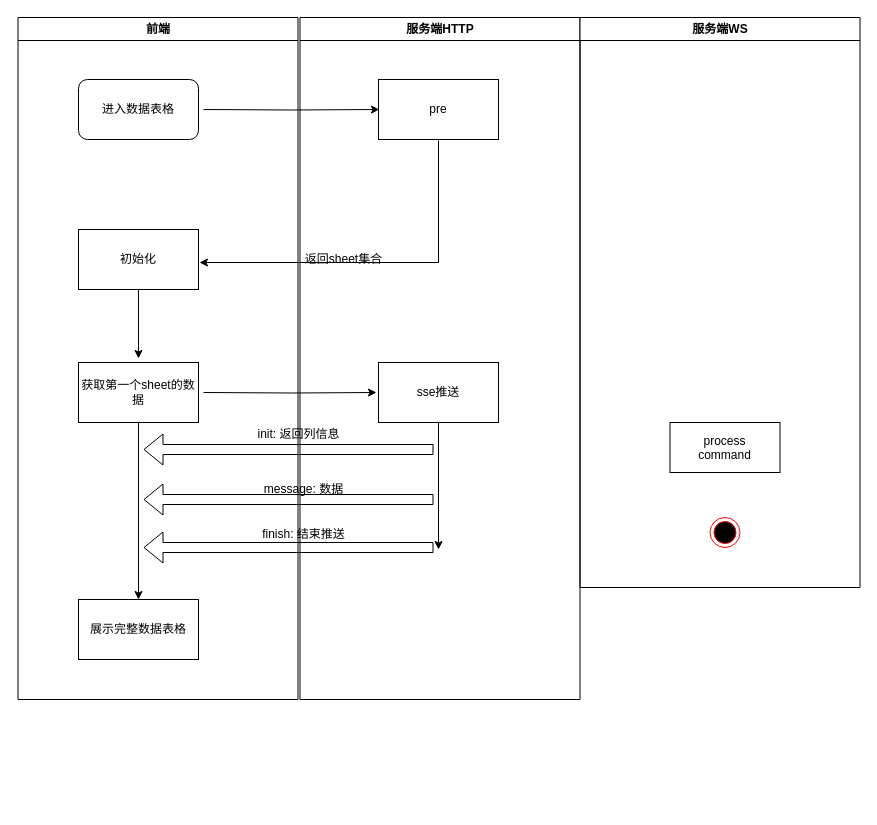
fengyunye/algStudy keeps this draw.io diagram as 未命名绘图.drawio. Above is the earlier version. Source tidied: cells renumbered, new cells numbered last; positions are measured from the earlier drawing's top-left corner, leaving out a move shared by most shapes. Both pictures are drawn from the tidied source at 100%, with x=0, y=0 at pixel (17, 17).
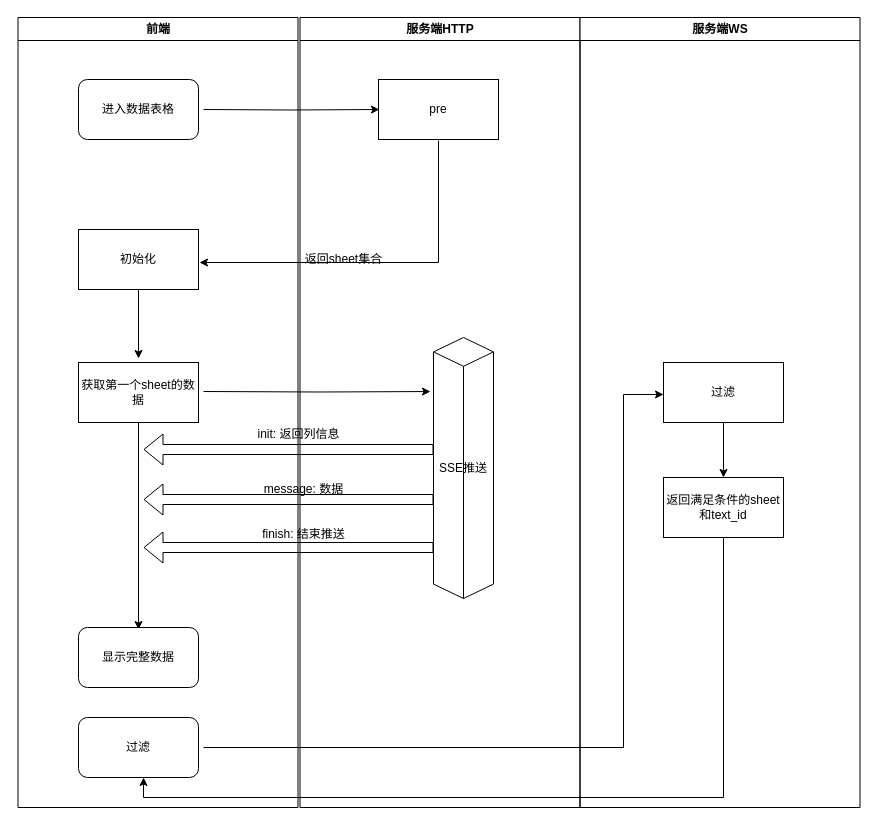
Above is the later version.

Commit message (it also covers changes not shown here):
更新未命名绘图.drawio

The change refers to these unchanged cells:
```xml
<mxCell id="7" value="获取第一个sheet的数据" style="rounded=0;whiteSpace=wrap;html=1;" parent="2" vertex="1">
  <mxGeometry x="60.5" y="345" width="120" height="60" as="geometry" />
</mxCell>
```

The edit, as a diff of the source:
```diff
@@
     <mxCell id="2" value="前端" style="swimlane;whiteSpace=wrap;" parent="1" vertex="1">
-      <mxGeometry x="0.5" width="280" height="682" as="geometry" />
+      <mxGeometry x="0.5" width="280" height="790" as="geometry" />
     </mxCell>
@@
-    <mxCell id="6" style="edgeStyle=orthogonalEdgeStyle;rounded=0;jettySize=auto;html=1;" parent="2" edge="1" source="7" target="8">
-      <mxGeometry relative="1" as="geometry" />
+    <mxCell id="6" style="edgeStyle=orthogonalEdgeStyle;rounded=0;jettySize=auto;html=1;" parent="2" edge="1" source="7">
+      <mxGeometry relative="1" as="geometry">
+        <mxPoint x="120.5" y="612" as="targetPoint" />
+      </mxGeometry>
     </mxCell>
@@
-    <mxCell id="8" value="展示完整数据表格" style="rounded=0;whiteSpace=wrap;html=1;" parent="2" vertex="1">
-      <mxGeometry x="60.5" y="582" width="120" height="60" as="geometry" />
-    </mxCell>
@@
+    <mxCell id="26" value="显示完整数据" style="rounded=1;whiteSpace=wrap;html=1;" parent="2" vertex="1">
+      <mxGeometry x="60.5" y="610" width="120" height="60" as="geometry" />
+    </mxCell>
+    <mxCell id="27" value="过滤" style="rounded=1;whiteSpace=wrap;html=1;" parent="2" vertex="1">
+      <mxGeometry x="60.5" y="700" width="120" height="60" as="geometry" />
+    </mxCell>
     <mxCell id="12" value="服务端HTTP" style="swimlane;whiteSpace=wrap;" parent="1" vertex="1">
-      <mxGeometry x="282.5" width="280" height="682" as="geometry" />
+      <mxGeometry x="282.5" width="280" height="790" as="geometry" />
     </mxCell>
@@
-    <mxCell id="14" style="edgeStyle=orthogonalEdgeStyle;rounded=0;jettySize=auto;html=1;" parent="12" edge="1" source="15">
-      <mxGeometry relative="1" as="geometry">
-        <mxPoint x="138.5" y="532" as="targetPoint" />
-      </mxGeometry>
-    </mxCell>
-    <mxCell id="15" value="sse推送" style="rounded=0;whiteSpace=wrap;html=1;" parent="12" vertex="1">
-      <mxGeometry x="78.5" y="345" width="120" height="60" as="geometry" />
-    </mxCell>
@@
+    <mxCell id="28" value="SSE推送" style="html=1;whiteSpace=wrap;shape=isoCube2;backgroundOutline=1;isoAngle=15;" parent="12" vertex="1">
+      <mxGeometry x="133.5" y="320" width="60" height="261" as="geometry" />
+    </mxCell>
     <mxCell id="19" value="服务端WS" style="swimlane;whiteSpace=wrap;" parent="1" vertex="1">
-      <mxGeometry x="562.5" width="280" height="570" as="geometry" />
+      <mxGeometry x="562.5" width="280" height="790" as="geometry" />
     </mxCell>
-    <mxCell id="20" value="process&#10;command" parent="19" vertex="1">
-      <mxGeometry x="90" y="405" width="110" height="50" as="geometry" />
-    </mxCell>
-    <mxCell id="21" style="ellipse;shape=endState;fillColor=#000000;strokeColor=#ff0000;" parent="19" vertex="1">
-      <mxGeometry x="130" y="500" width="30" height="30" as="geometry" />
-    </mxCell>
+    <mxCell id="29" style="edgeStyle=orthogonalEdgeStyle;rounded=0;jettySize=auto;html=1;entryX=0.5;entryY=0;entryDx=0;entryDy=0;entryPerimeter=0;" parent="19" edge="1" source="30" target="31">
+      <mxGeometry relative="1" as="geometry" />
+    </mxCell>
+    <mxCell id="30" value="过滤" style="rounded=0;whiteSpace=wrap;html=1;" parent="19" vertex="1">
+      <mxGeometry x="83.5" y="345" width="120" height="60" as="geometry" />
+    </mxCell>
+    <mxCell id="31" value="返回满足条件的sheet和text_id" style="rounded=0;whiteSpace=wrap;html=1;" parent="19" vertex="1">
+      <mxGeometry x="83.5" y="460" width="120" height="60" as="geometry" />
+    </mxCell>
@@
-    <mxCell id="25" style="edgeStyle=orthogonalEdgeStyle;rounded=0;jettySize=auto;html=1;entryX=-0.017;entryY=0.5;entryDx=0;entryDy=0;entryPerimeter=0;" parent="1" edge="1" target="15">
-      <mxGeometry relative="1" as="geometry">
-        <mxPoint x="186" y="375" as="sourcePoint" />
-      </mxGeometry>
-    </mxCell>
+    <mxCell id="32" style="edgeStyle=orthogonalEdgeStyle;rounded=0;jettySize=auto;html=1;entryX=-0.05;entryY=0.207;entryDx=0;entryDy=0;entryPerimeter=0;" parent="1" edge="1" target="28">
+      <mxGeometry relative="1" as="geometry">
+        <mxPoint x="186" y="374" as="sourcePoint" />
+      </mxGeometry>
+    </mxCell>
+    <mxCell id="33" style="edgeStyle=orthogonalEdgeStyle;rounded=0;jettySize=auto;html=1;entryX=0;entryY=0.533;entryDx=0;entryDy=0;entryPerimeter=0;" parent="1" edge="1" target="30">
+      <mxGeometry relative="1" as="geometry">
+        <mxPoint x="186" y="730" as="sourcePoint" />
+        <Array as="points">
+          <mxPoint x="606" y="730" />
+          <mxPoint x="606" y="377" />
+        </Array>
+      </mxGeometry>
+    </mxCell>
+    <mxCell id="34" style="edgeStyle=orthogonalEdgeStyle;rounded=0;jettySize=auto;html=1;entryX=0.542;entryY=1;entryDx=0;entryDy=0;entryPerimeter=0;" parent="1" edge="1" target="27">
+      <mxGeometry relative="1" as="geometry">
+        <mxPoint x="706" y="520" as="sourcePoint" />
+        <Array as="points">
+          <mxPoint x="706" y="780" />
+          <mxPoint x="126" y="780" />
+        </Array>
+      </mxGeometry>
+    </mxCell>
```
